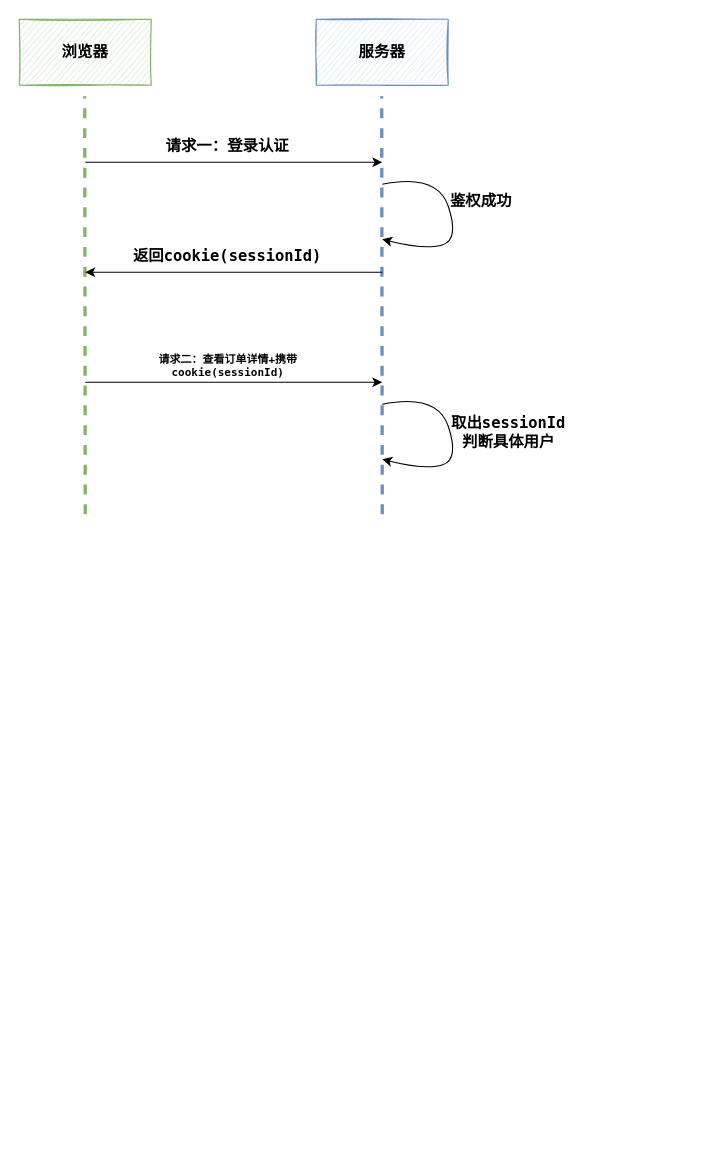
Above: 未命名绘图.drawio in xiaochuang50/gittest (draw.io), before the change. Source tidied: cells renumbered, new cells numbered last; positions are measured from the earlier drawing's top-left corner, leaving out a move shared by most shapes. Both pictures are drawn from the tidied source at 110%, with x=0, y=0 at pixel (19, 19).
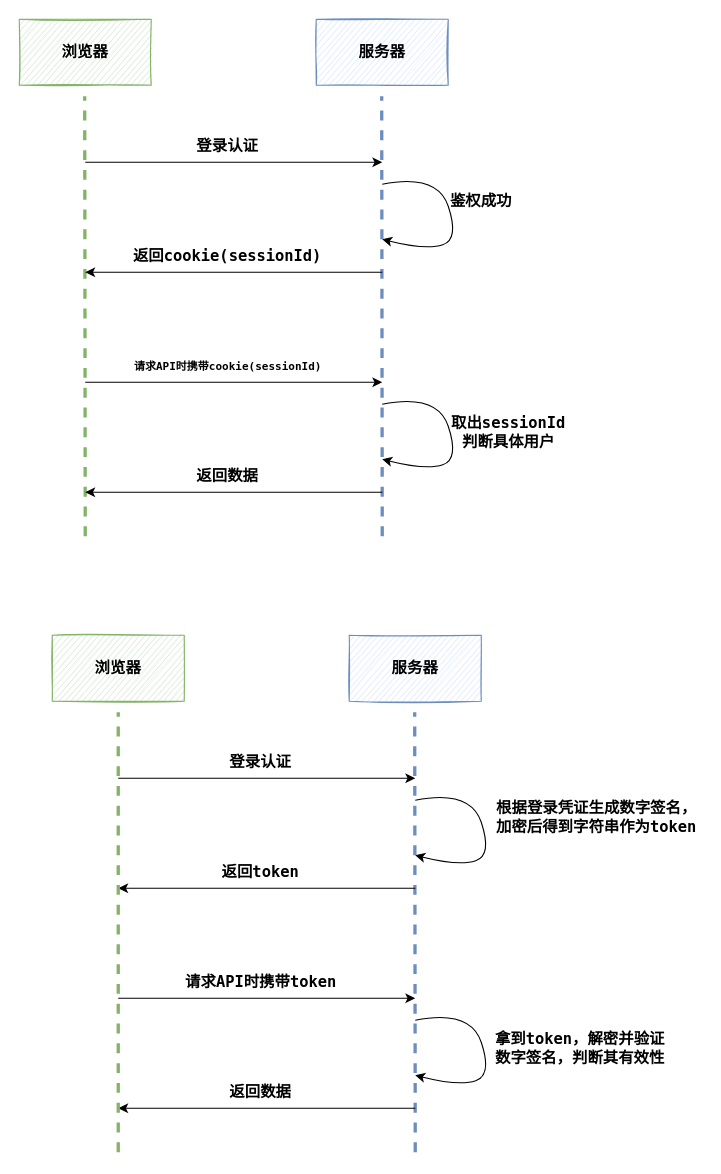
The same page after the edit.

Commit message:
更新未命名绘图.drawio

The change refers to these unchanged cells:
```xml
<mxCell id="2" style="group;fontStyle=1;" parent="1" vertex="1">
  <mxGeometry width="500" height="450" as="geometry" />
</mxCell>
```

Change to the diagram source:
```diff
@@
     <mxCell id="4" style="endArrow=none;html=1;rounded=0;dashed=1;fontFamily=Lucida Console;fillColor=#d5e8d4;strokeColor=#82b366;fontSize=14;fontStyle=1;strokeWidth=3;" parent="2" edge="1">
       <mxGeometry relative="1" as="geometry">
-        <mxPoint x="60" y="450" as="sourcePoint" />
+        <mxPoint x="60" y="470" as="sourcePoint" />
         <mxPoint x="59.5" y="70" as="targetPoint" />
       </mxGeometry>
     </mxCell>
@@
     <mxCell id="6" style="endArrow=none;html=1;rounded=0;dashed=1;fontFamily=Lucida Console;fillColor=#dae8fc;strokeColor=#6c8ebf;fontSize=14;fontStyle=1;strokeWidth=3;" parent="2" edge="1">
       <mxGeometry relative="1" as="geometry">
-        <mxPoint x="330" y="450" as="sourcePoint" />
+        <mxPoint x="330" y="470" as="sourcePoint" />
         <mxPoint x="329.5" y="70" as="targetPoint" />
       </mxGeometry>
     </mxCell>
@@
-    <mxCell id="10" value="请求一：登录认证" style="text;html=1;strokeColor=none;fillColor=none;align=center;verticalAlign=middle;whiteSpace=wrap;rounded=0;fontFamily=Lucida Console;fontSize=14;fontStyle=1;" parent="2" vertex="1">
+    <mxCell id="10" value="登录认证" style="text;html=1;strokeColor=none;fillColor=none;align=center;verticalAlign=middle;whiteSpace=wrap;rounded=0;fontFamily=Lucida Console;fontSize=14;fontStyle=1;" parent="2" vertex="1">
       <mxGeometry x="130" y="100" width="119" height="30" as="geometry" />
     </mxCell>
@@
-    <mxCell id="12" value="请求二：查看订单详情+携带cookie(sessionId)" style="text;html=1;strokeColor=none;fillColor=none;align=center;verticalAlign=middle;whiteSpace=wrap;rounded=0;fontFamily=Lucida Console;fontSize=10;fontStyle=1;" parent="2" vertex="1">
+    <mxCell id="12" value="请求API时携带cookie(sessionId)" style="text;html=1;strokeColor=none;fillColor=none;align=center;verticalAlign=middle;whiteSpace=wrap;rounded=0;fontFamily=Lucida Console;fontSize=10;fontStyle=1;" parent="2" vertex="1">
       <mxGeometry x="74.5" y="300" width="230" height="30" as="geometry" />
     </mxCell>
@@
+    <mxCell id="17" style="endArrow=none;html=1;rounded=0;targetPerimeterSpacing=0;startArrow=classic;startFill=1;endFill=0;fontFamily=Lucida Console;fontSize=14;fontStyle=1;" parent="2" edge="1">
+      <mxGeometry relative="1" as="geometry">
+        <mxPoint x="60" y="430" as="sourcePoint" />
+        <mxPoint x="330" y="430" as="targetPoint" />
+      </mxGeometry>
+    </mxCell>
+    <mxCell id="18" value="返回数据" style="text;html=1;strokeColor=none;fillColor=none;align=center;verticalAlign=middle;whiteSpace=wrap;rounded=0;fontFamily=Lucida Console;fontSize=14;fontStyle=1;" parent="2" vertex="1">
+      <mxGeometry x="94" y="400" width="191" height="30" as="geometry" />
+    </mxCell>
+    <mxCell id="19" style="group;fontStyle=1;strokeWidth=2;" parent="1" vertex="1">
+      <mxGeometry x="30" y="560" width="580" height="450" as="geometry" />
+    </mxCell>
+    <mxCell id="20" value="浏览器" style="rounded=0;whiteSpace=wrap;html=1;fontFamily=Lucida Console;fillColor=#d5e8d4;strokeColor=#82b366;sketch=1;fontSize=14;fontStyle=1;" parent="19" vertex="1">
+      <mxGeometry width="120" height="60" as="geometry" />
+    </mxCell>
+    <mxCell id="21" value="服务器" style="rounded=0;whiteSpace=wrap;html=1;fontFamily=Lucida Console;fillColor=#dae8fc;strokeColor=#6c8ebf;sketch=1;fontSize=14;fontStyle=1;" parent="19" vertex="1">
+      <mxGeometry x="270" width="120" height="60" as="geometry" />
+    </mxCell>
+    <mxCell id="22" style="endArrow=none;html=1;rounded=0;dashed=1;fontFamily=Lucida Console;fillColor=#dae8fc;strokeColor=#6c8ebf;fontSize=14;fontStyle=1;strokeWidth=3;" parent="19" edge="1">
+      <mxGeometry relative="1" as="geometry">
+        <mxPoint x="330" y="470" as="sourcePoint" />
+        <mxPoint x="329.5" y="70" as="targetPoint" />
+      </mxGeometry>
+    </mxCell>
+    <mxCell id="23" style="endArrow=classic;html=1;rounded=0;targetPerimeterSpacing=0;startArrow=none;startFill=0;endFill=1;fontFamily=Lucida Console;fontSize=14;fontStyle=1;" parent="19" edge="1">
+      <mxGeometry relative="1" as="geometry">
+        <mxPoint x="60" y="130" as="sourcePoint" />
+        <mxPoint x="330" y="130" as="targetPoint" />
+      </mxGeometry>
+    </mxCell>
+    <mxCell id="24" style="endArrow=none;html=1;rounded=0;targetPerimeterSpacing=0;startArrow=classic;startFill=1;endFill=0;fontFamily=Lucida Console;fontSize=14;fontStyle=1;" parent="19" edge="1">
+      <mxGeometry relative="1" as="geometry">
+        <mxPoint x="60" y="230" as="sourcePoint" />
+        <mxPoint x="330" y="230" as="targetPoint" />
+      </mxGeometry>
+    </mxCell>
+    <mxCell id="25" style="endArrow=classic;html=1;rounded=0;targetPerimeterSpacing=0;startArrow=none;startFill=0;endFill=1;fontFamily=Lucida Console;fontSize=14;fontStyle=1;" parent="19" edge="1">
+      <mxGeometry relative="1" as="geometry">
+        <mxPoint x="60" y="330" as="sourcePoint" />
+        <mxPoint x="330" y="330" as="targetPoint" />
+      </mxGeometry>
+    </mxCell>
+    <mxCell id="26" value="登录认证" style="text;html=1;strokeColor=none;fillColor=none;align=center;verticalAlign=middle;whiteSpace=wrap;rounded=0;fontFamily=Lucida Console;fontSize=14;fontStyle=1;" parent="19" vertex="1">
+      <mxGeometry x="130" y="100" width="119" height="30" as="geometry" />
+    </mxCell>
+    <mxCell id="27" value="返回token" style="text;html=1;strokeColor=none;fillColor=none;align=center;verticalAlign=middle;whiteSpace=wrap;rounded=0;fontFamily=Lucida Console;fontSize=14;fontStyle=1;" parent="19" vertex="1">
+      <mxGeometry x="94" y="200" width="191" height="30" as="geometry" />
+    </mxCell>
+    <mxCell id="28" value="请求API时携带token" style="text;html=1;strokeColor=none;fillColor=none;align=center;verticalAlign=middle;whiteSpace=wrap;rounded=0;fontFamily=Lucida Console;fontSize=14;fontStyle=1;" parent="19" vertex="1">
+      <mxGeometry x="74.5" y="300" width="230" height="30" as="geometry" />
+    </mxCell>
+    <mxCell id="29" style="curved=1;endArrow=classic;html=1;rounded=0;targetPerimeterSpacing=0;fontFamily=Lucida Console;fontSize=14;fontStyle=1;" parent="19" edge="1">
+      <mxGeometry relative="1" as="geometry">
+        <mxPoint x="330" y="150" as="sourcePoint" />
+        <mxPoint x="330" y="200" as="targetPoint" />
+        <Array as="points">
+          <mxPoint x="380" y="140" />
+          <mxPoint x="400" y="200" />
+          <mxPoint x="370" y="210" />
+        </Array>
+      </mxGeometry>
+    </mxCell>
+    <mxCell id="30" value="根据登录凭证生成数字签名，加密后得到字符串作为token" style="text;html=1;strokeColor=none;fillColor=none;align=center;verticalAlign=middle;whiteSpace=wrap;rounded=0;fontFamily=Lucida Console;fontSize=14;fontStyle=1;" parent="19" vertex="1">
+      <mxGeometry x="400" y="150" width="190" height="30" as="geometry" />
+    </mxCell>
+    <mxCell id="31" style="curved=1;endArrow=classic;html=1;rounded=0;targetPerimeterSpacing=0;fontFamily=Lucida Console;fontSize=14;fontStyle=1;" parent="19" edge="1">
+      <mxGeometry relative="1" as="geometry">
+        <mxPoint x="330" y="350" as="sourcePoint" />
+        <mxPoint x="330" y="400" as="targetPoint" />
+        <Array as="points">
+          <mxPoint x="380" y="340" />
+          <mxPoint x="400" y="400" />
+          <mxPoint x="370" y="410" />
+        </Array>
+      </mxGeometry>
+    </mxCell>
+    <mxCell id="32" value="拿到token，解密并验证数字签名，判断其有效性" style="text;html=1;strokeColor=none;fillColor=none;align=center;verticalAlign=middle;whiteSpace=wrap;rounded=0;fontFamily=Lucida Console;fontSize=14;fontStyle=1;" parent="19" vertex="1">
+      <mxGeometry x="400" y="360" width="160" height="30" as="geometry" />
+    </mxCell>
+    <mxCell id="33" style="endArrow=none;html=1;rounded=0;targetPerimeterSpacing=0;startArrow=classic;startFill=1;endFill=0;fontFamily=Lucida Console;fontSize=14;fontStyle=1;" parent="19" edge="1">
+      <mxGeometry relative="1" as="geometry">
+        <mxPoint x="60" y="430" as="sourcePoint" />
+        <mxPoint x="330" y="430" as="targetPoint" />
+      </mxGeometry>
+    </mxCell>
+    <mxCell id="34" value="返回数据" style="text;html=1;strokeColor=none;fillColor=none;align=center;verticalAlign=middle;whiteSpace=wrap;rounded=0;fontFamily=Lucida Console;fontSize=14;fontStyle=1;" parent="19" vertex="1">
+      <mxGeometry x="94" y="400" width="191" height="30" as="geometry" />
+    </mxCell>
+    <mxCell id="35" style="endArrow=none;html=1;rounded=0;dashed=1;fontFamily=Lucida Console;fillColor=#d5e8d4;strokeColor=#82b366;fontSize=14;fontStyle=1;strokeWidth=3;" parent="1" edge="1">
+      <mxGeometry relative="1" as="geometry">
+        <mxPoint x="90" y="1030" as="sourcePoint" />
+        <mxPoint x="90" y="630" as="targetPoint" />
+      </mxGeometry>
+    </mxCell>
```
